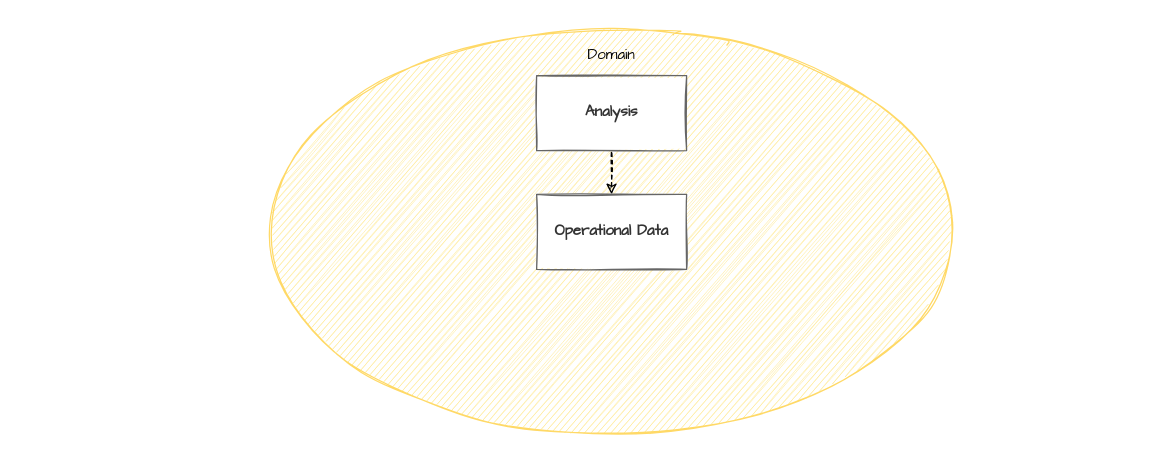
Earlier version of the draw.io diagram diagrams/domainteamjourney_level1.drawio (datamesh-architecture/datamesh-architecture.com). Source tidied: cells renumbered, new cells numbered last; positions are measured from the earlier drawing's top-left corner, leaving out a move shared by most shapes. Both pictures are drawn from the tidied source at 125%, with x=0, y=0 at pixel (21, 21). Pictures stored in the file or linked from it are replaced by grey dashed boxes.
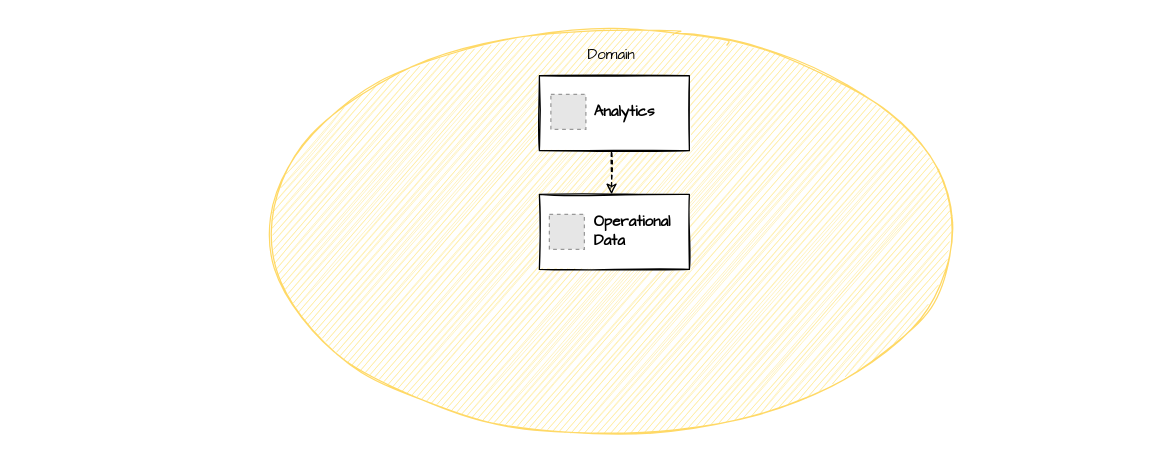
The same page after the edit.

What changed in the source:
```diff
@@
 <mxGraphModel>
   <root>
     <mxCell id="0" />
     <mxCell id="1" parent="0" />
     <mxCell id="2" style="rounded=0;whiteSpace=wrap;html=1;fillColor=none;strokeColor=none;sketch=1;fontFamily=Architects Daughter;" parent="1" vertex="1">
       <mxGeometry width="889" height="337" as="geometry" />
     </mxCell>
     <mxCell id="3" value="Domain" style="ellipse;whiteSpace=wrap;html=1;verticalAlign=top;sketch=1;fontFamily=Architects Daughter;strokeColor=#FFD966;fillColor=#FFEB99;" parent="1" vertex="1">
       <mxGeometry x="184" y="13" width="575.5" height="310" as="geometry" />
     </mxCell>
-    <mxCell id="4" style="edgeStyle=orthogonalEdgeStyle;rounded=0;jettySize=auto;html=1;startArrow=classic;startFill=1;endArrow=none;endFill=0;dashed=1;exitX=0.5;exitY=0;exitDx=0;exitDy=0;entryX=0.5;entryY=1;entryDx=0;entryDy=0;sketch=1;fontFamily=Architects Daughter;" parent="1" edge="1" source="6" target="5">
-      <mxGeometry relative="1" as="geometry" />
+    <mxCell id="4" style="edgeStyle=orthogonalEdgeStyle;rounded=0;orthogonalLoop=1;jettySize=auto;html=1;startArrow=classic;startFill=1;endArrow=none;endFill=0;dashed=1;exitX=0.5;exitY=0;exitDx=0;exitDy=0;entryX=0.5;entryY=1;entryDx=0;entryDy=0;sketch=1;fontFamily=Architects Daughter;" parent="1" edge="1">
+      <mxGeometry relative="1" as="geometry">
+        <mxPoint x="471.8" y="138" as="sourcePoint" />
+        <mxPoint x="471.8" y="103" as="targetPoint" />
+      </mxGeometry>
     </mxCell>
-    <mxCell id="5" value="Analysis" style="rounded=0;whiteSpace=wrap;html=1;fillColor=#FFFFFF;fontColor=#333333;strokeColor=#666666;fontStyle=1;sketch=1;fontFamily=Architects Daughter;fillStyle=solid;" parent="1" vertex="1">
-      <mxGeometry x="411.8" y="43" width="120" height="60" as="geometry" />
-    </mxCell>
+    <mxCell id="7" style="group;" parent="1" vertex="1">
+      <mxGeometry x="414" y="138" width="120" height="60" as="geometry" />
+    </mxCell>
-    <mxCell id="6" value="Operational Data" style="rounded=0;whiteSpace=wrap;html=1;fillColor=#FFFFFF;fontColor=#333333;strokeColor=#666666;fontStyle=1;sketch=1;fontFamily=Architects Daughter;fillStyle=solid;" parent="1" vertex="1">
-      <mxGeometry x="411.8" y="138" width="120" height="60" as="geometry" />
+    <mxCell id="6" value="Operational &lt;br&gt;Data" style="rounded=0;whiteSpace=wrap;html=1;fontStyle=1;sketch=1;fontFamily=Architects Daughter;align=left;spacingLeft=42;" parent="7" vertex="1">
+      <mxGeometry width="120" height="60" as="geometry" />
     </mxCell>
+    <mxCell id="8" style="fillColor=#E6E6E6;strokeColor=#999999;dashed=1;verticalLabelPosition=bottom;labelBackgroundColor=default;verticalAlign=top;" parent="7" vertex="1">
+      <mxGeometry x="8" y="16" width="28" height="28" as="geometry" />
+    </mxCell>
+    <mxCell id="9" style="group;" parent="1" vertex="1">
+      <mxGeometry x="414" y="43" width="120" height="60" as="geometry" />
+    </mxCell>
+    <mxCell id="10" value="Analytics" style="rounded=0;whiteSpace=wrap;html=1;fontStyle=1;sketch=1;fontFamily=Architects Daughter;align=left;spacingLeft=42;" parent="9" vertex="1">
+      <mxGeometry width="120" height="60" as="geometry" />
+    </mxCell>
+    <mxCell id="11" style="fillColor=#E6E6E6;strokeColor=#999999;dashed=1;verticalLabelPosition=bottom;labelBackgroundColor=default;verticalAlign=top;" parent="9" vertex="1">
+      <mxGeometry x="9.2" y="15" width="28" height="28" as="geometry" />
+    </mxCell>
   </root>
 </mxGraphModel>
```
